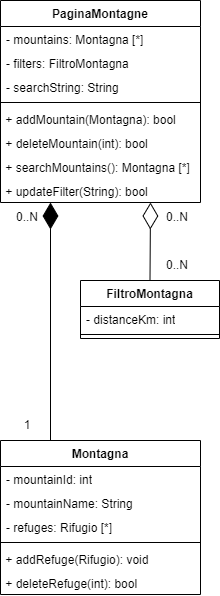
MountainWonders-G24/Deliverables keeps this draw.io diagram as D3/img/class_diagram_mountains.png. Above is the earlier version. Source tidied: cells renumbered, new cells last; positions are measured from the earlier drawing's top-left corner, leaving out a move shared by most shapes. Source of this version:
```xml
<mxGraphModel>
  <root>
    <mxCell id="0" />
    <mxCell id="1" parent="0" />
    <mxCell id="2" value="PaginaMontagne" style="swimlane;fontStyle=1;align=center;verticalAlign=top;horizontal=1;startSize=26;whiteSpace=wrap;html=1;" parent="1" vertex="1">
      <mxGeometry width="200" height="202" as="geometry" />
    </mxCell>
    <mxCell id="3" value="- mountains: Montagna [*]" style="text;strokeColor=none;fillColor=none;align=left;verticalAlign=top;spacingLeft=4;spacingRight=4;overflow=hidden;whiteSpace=wrap;html=1;" parent="2" vertex="1">
      <mxGeometry y="26" width="200" height="24" as="geometry" />
    </mxCell>
    <mxCell id="4" value="- filters: FiltroMontagna" style="text;strokeColor=none;fillColor=none;align=left;verticalAlign=top;spacingLeft=4;spacingRight=4;overflow=hidden;whiteSpace=wrap;html=1;" parent="2" vertex="1">
      <mxGeometry y="50" width="200" height="24" as="geometry" />
    </mxCell>
    <mxCell id="5" value="- searchString: String" style="text;strokeColor=none;fillColor=none;align=left;verticalAlign=top;spacingLeft=4;spacingRight=4;overflow=hidden;whiteSpace=wrap;html=1;" parent="2" vertex="1">
      <mxGeometry y="74" width="200" height="24" as="geometry" />
    </mxCell>
    <mxCell id="6" style="line;strokeWidth=1;fillColor=none;align=left;verticalAlign=middle;spacingTop=-1;spacingLeft=3;spacingRight=3;labelPosition=right;strokeColor=inherit;" parent="2" vertex="1">
      <mxGeometry y="98" width="200" height="8" as="geometry" />
    </mxCell>
    <mxCell id="7" value="&amp;nbsp;+ addMountain(Montagna): bool" style="text;whiteSpace=wrap;html=1;" parent="2" vertex="1">
      <mxGeometry y="106" width="200" height="24" as="geometry" />
    </mxCell>
    <mxCell id="8" value="&amp;nbsp;+ deleteMountain(int): bool" style="text;whiteSpace=wrap;html=1;" parent="2" vertex="1">
      <mxGeometry y="130" width="200" height="24" as="geometry" />
    </mxCell>
    <mxCell id="9" value="&amp;nbsp;+ searchMountains(): Montagna [*]" style="text;whiteSpace=wrap;html=1;" parent="2" vertex="1">
      <mxGeometry y="154" width="200" height="24" as="geometry" />
    </mxCell>
    <mxCell id="10" value="&amp;nbsp;+ updateFilter(String): bool" style="text;whiteSpace=wrap;html=1;" parent="2" vertex="1">
      <mxGeometry y="178" width="200" height="24" as="geometry" />
    </mxCell>
    <mxCell id="11" value="FiltroMontagna" style="swimlane;fontStyle=1;align=center;verticalAlign=top;horizontal=1;startSize=26;whiteSpace=wrap;html=1;" parent="1" vertex="1">
      <mxGeometry x="80" y="280" width="139" height="58" as="geometry" />
    </mxCell>
    <mxCell id="12" value="- distanceKm: int" style="text;strokeColor=none;fillColor=none;align=left;verticalAlign=top;spacingLeft=4;spacingRight=4;overflow=hidden;whiteSpace=wrap;html=1;" parent="11" vertex="1">
      <mxGeometry y="26" width="139" height="24" as="geometry" />
    </mxCell>
    <mxCell id="13" style="line;strokeWidth=1;fillColor=none;align=left;verticalAlign=middle;spacingTop=-1;spacingLeft=3;spacingRight=3;labelPosition=right;strokeColor=inherit;" parent="11" vertex="1">
      <mxGeometry y="50" width="139" height="8" as="geometry" />
    </mxCell>
    <mxCell id="14" style="endArrow=diamondThin;endFill=0;endSize=24;html=1;rounded=0;exitX=0.5;exitY=0;exitDx=0;exitDy=0;entryX=0.75;entryY=1;entryDx=0;entryDy=0;" parent="1" edge="1" source="11" target="2">
      <mxGeometry relative="1" as="geometry" />
    </mxCell>
    <mxCell id="15" value="Montagna" style="swimlane;fontStyle=1;align=center;verticalAlign=top;horizontal=1;startSize=26;whiteSpace=wrap;html=1;" parent="1" vertex="1">
      <mxGeometry y="440" width="200" height="154" as="geometry" />
    </mxCell>
    <mxCell id="16" value="- mountainId: int" style="text;strokeColor=none;fillColor=none;align=left;verticalAlign=top;spacingLeft=4;spacingRight=4;overflow=hidden;whiteSpace=wrap;html=1;" parent="15" vertex="1">
      <mxGeometry y="26" width="200" height="24" as="geometry" />
    </mxCell>
    <mxCell id="17" value="- mountainName: String" style="text;strokeColor=none;fillColor=none;align=left;verticalAlign=top;spacingLeft=4;spacingRight=4;overflow=hidden;whiteSpace=wrap;html=1;" parent="15" vertex="1">
      <mxGeometry y="50" width="200" height="24" as="geometry" />
    </mxCell>
    <mxCell id="18" value="- refuges: Rifugio [*]&lt;br&gt;" style="text;strokeColor=none;fillColor=none;align=left;verticalAlign=top;spacingLeft=4;spacingRight=4;overflow=hidden;whiteSpace=wrap;html=1;" parent="15" vertex="1">
      <mxGeometry y="74" width="200" height="24" as="geometry" />
    </mxCell>
    <mxCell id="19" style="line;strokeWidth=1;fillColor=none;align=left;verticalAlign=middle;spacingTop=-1;spacingLeft=3;spacingRight=3;labelPosition=right;strokeColor=inherit;" parent="15" vertex="1">
      <mxGeometry y="98" width="200" height="8" as="geometry" />
    </mxCell>
    <mxCell id="20" value="&amp;nbsp;+ addRefuge(Rifugio): void" style="text;whiteSpace=wrap;html=1;" parent="15" vertex="1">
      <mxGeometry y="106" width="200" height="24" as="geometry" />
    </mxCell>
    <mxCell id="21" value="&amp;nbsp;+ deleteRefuge(int): bool" style="text;whiteSpace=wrap;html=1;" parent="15" vertex="1">
      <mxGeometry y="130" width="200" height="24" as="geometry" />
    </mxCell>
    <mxCell id="22" style="endArrow=diamondThin;endFill=1;endSize=24;html=1;rounded=0;entryX=0.25;entryY=1;entryDx=0;entryDy=0;exitX=0.25;exitY=0;exitDx=0;exitDy=0;" parent="1" edge="1" source="15" target="2">
      <mxGeometry relative="1" as="geometry" />
    </mxCell>
    <mxCell id="23" value="0..N" style="text;html=1;strokeColor=none;fillColor=none;align=center;verticalAlign=middle;whiteSpace=wrap;rounded=0;" parent="1" vertex="1">
      <mxGeometry x="160" y="202" width="34" height="30" as="geometry" />
    </mxCell>
    <mxCell id="24" value="0..N" style="text;html=1;strokeColor=none;fillColor=none;align=center;verticalAlign=middle;whiteSpace=wrap;rounded=0;" parent="1" vertex="1">
      <mxGeometry x="160" y="250" width="34" height="30" as="geometry" />
    </mxCell>
    <mxCell id="25" value="0..N" style="text;html=1;strokeColor=none;fillColor=none;align=center;verticalAlign=middle;whiteSpace=wrap;rounded=0;" parent="1" vertex="1">
      <mxGeometry x="10" y="202" width="34" height="30" as="geometry" />
    </mxCell>
    <mxCell id="26" value="1" style="text;html=1;strokeColor=none;fillColor=none;align=center;verticalAlign=middle;whiteSpace=wrap;rounded=0;" parent="1" vertex="1">
      <mxGeometry x="10" y="410" width="34" height="30" as="geometry" />
    </mxCell>
  </root>
</mxGraphModel>
```
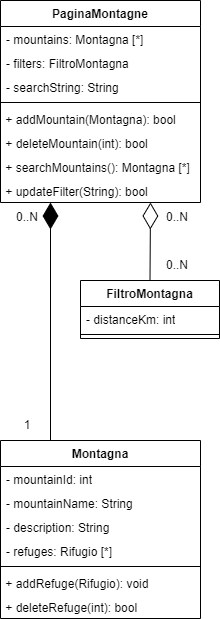
The same file after the commit.

What changed in the source:
```diff
@@ -42,7 +42,7 @@
       <mxGeometry relative="1" as="geometry" />
     </mxCell>
     <mxCell id="15" value="Montagna" style="swimlane;fontStyle=1;align=center;verticalAlign=top;horizontal=1;startSize=26;whiteSpace=wrap;html=1;" parent="1" vertex="1">
-      <mxGeometry y="440" width="200" height="154" as="geometry" />
+      <mxGeometry y="440" width="200" height="178" as="geometry" />
     </mxCell>
     <mxCell id="16" value="- mountainId: int" style="text;strokeColor=none;fillColor=none;align=left;verticalAlign=top;spacingLeft=4;spacingRight=4;overflow=hidden;whiteSpace=wrap;html=1;" parent="15" vertex="1">
       <mxGeometry y="26" width="200" height="24" as="geometry" />
@@ -50,32 +50,35 @@
     <mxCell id="17" value="- mountainName: String" style="text;strokeColor=none;fillColor=none;align=left;verticalAlign=top;spacingLeft=4;spacingRight=4;overflow=hidden;whiteSpace=wrap;html=1;" parent="15" vertex="1">
       <mxGeometry y="50" width="200" height="24" as="geometry" />
     </mxCell>
-    <mxCell id="18" value="- refuges: Rifugio [*]&lt;br&gt;" style="text;strokeColor=none;fillColor=none;align=left;verticalAlign=top;spacingLeft=4;spacingRight=4;overflow=hidden;whiteSpace=wrap;html=1;" parent="15" vertex="1">
+    <mxCell id="18" value="- description: String" style="text;strokeColor=none;fillColor=none;align=left;verticalAlign=top;spacingLeft=4;spacingRight=4;overflow=hidden;whiteSpace=wrap;html=1;" parent="15" vertex="1">
       <mxGeometry y="74" width="200" height="24" as="geometry" />
     </mxCell>
-    <mxCell id="19" style="line;strokeWidth=1;fillColor=none;align=left;verticalAlign=middle;spacingTop=-1;spacingLeft=3;spacingRight=3;labelPosition=right;strokeColor=inherit;" parent="15" vertex="1">
-      <mxGeometry y="98" width="200" height="8" as="geometry" />
+    <mxCell id="19" value="- refuges: Rifugio [*]&lt;br&gt;" style="text;strokeColor=none;fillColor=none;align=left;verticalAlign=top;spacingLeft=4;spacingRight=4;overflow=hidden;whiteSpace=wrap;html=1;" parent="15" vertex="1">
+      <mxGeometry y="98" width="200" height="24" as="geometry" />
     </mxCell>
-    <mxCell id="20" value="&amp;nbsp;+ addRefuge(Rifugio): void" style="text;whiteSpace=wrap;html=1;" parent="15" vertex="1">
-      <mxGeometry y="106" width="200" height="24" as="geometry" />
+    <mxCell id="20" style="line;strokeWidth=1;fillColor=none;align=left;verticalAlign=middle;spacingTop=-1;spacingLeft=3;spacingRight=3;labelPosition=right;strokeColor=inherit;" parent="15" vertex="1">
+      <mxGeometry y="122" width="200" height="8" as="geometry" />
     </mxCell>
-    <mxCell id="21" value="&amp;nbsp;+ deleteRefuge(int): bool" style="text;whiteSpace=wrap;html=1;" parent="15" vertex="1">
+    <mxCell id="21" value="&amp;nbsp;+ addRefuge(Rifugio): void" style="text;whiteSpace=wrap;html=1;" parent="15" vertex="1">
       <mxGeometry y="130" width="200" height="24" as="geometry" />
     </mxCell>
-    <mxCell id="22" style="endArrow=diamondThin;endFill=1;endSize=24;html=1;rounded=0;entryX=0.25;entryY=1;entryDx=0;entryDy=0;exitX=0.25;exitY=0;exitDx=0;exitDy=0;" parent="1" edge="1" source="15" target="2">
-      <mxGeometry relative="1" as="geometry" />
+    <mxCell id="22" value="&amp;nbsp;+ deleteRefuge(int): bool" style="text;whiteSpace=wrap;html=1;" parent="15" vertex="1">
+      <mxGeometry y="154" width="200" height="24" as="geometry" />
     </mxCell>
-    <mxCell id="23" value="0..N" style="text;html=1;strokeColor=none;fillColor=none;align=center;verticalAlign=middle;whiteSpace=wrap;rounded=0;" parent="1" vertex="1">
-      <mxGeometry x="160" y="202" width="34" height="30" as="geometry" />
+    <mxCell id="23" style="endArrow=diamondThin;endFill=1;endSize=24;html=1;rounded=0;entryX=0.25;entryY=1;entryDx=0;entryDy=0;exitX=0.25;exitY=0;exitDx=0;exitDy=0;" parent="1" edge="1" source="15" target="2">
+      <mxGeometry relative="1" as="geometry" />
     </mxCell>
     <mxCell id="24" value="0..N" style="text;html=1;strokeColor=none;fillColor=none;align=center;verticalAlign=middle;whiteSpace=wrap;rounded=0;" parent="1" vertex="1">
-      <mxGeometry x="160" y="250" width="34" height="30" as="geometry" />
+      <mxGeometry x="160" y="202" width="34" height="30" as="geometry" />
     </mxCell>
     <mxCell id="25" value="0..N" style="text;html=1;strokeColor=none;fillColor=none;align=center;verticalAlign=middle;whiteSpace=wrap;rounded=0;" parent="1" vertex="1">
-      <mxGeometry x="10" y="202" width="34" height="30" as="geometry" />
+      <mxGeometry x="160" y="250" width="34" height="30" as="geometry" />
     </mxCell>
-    <mxCell id="26" value="1" style="text;html=1;strokeColor=none;fillColor=none;align=center;verticalAlign=middle;whiteSpace=wrap;rounded=0;" parent="1" vertex="1">
-      <mxGeometry x="10" y="410" width="34" height="30" as="geometry" />
+    <mxCell id="26" value="0..N" style="text;html=1;strokeColor=none;fillColor=none;align=center;verticalAlign=middle;whiteSpace=wrap;rounded=0;" parent="1" vertex="1">
+      <mxGeometry x="10" y="202" width="34" height="30" as="geometry" />
     </mxCell>
+    <mxCell id="27" value="1" style="text;html=1;strokeColor=none;fillColor=none;align=center;verticalAlign=middle;whiteSpace=wrap;rounded=0;" parent="1" vertex="1">
+      <mxGeometry x="10" y="410" width="34" height="30" as="geometry" />
+    </mxCell>
   </root>
 </mxGraphModel>
```
